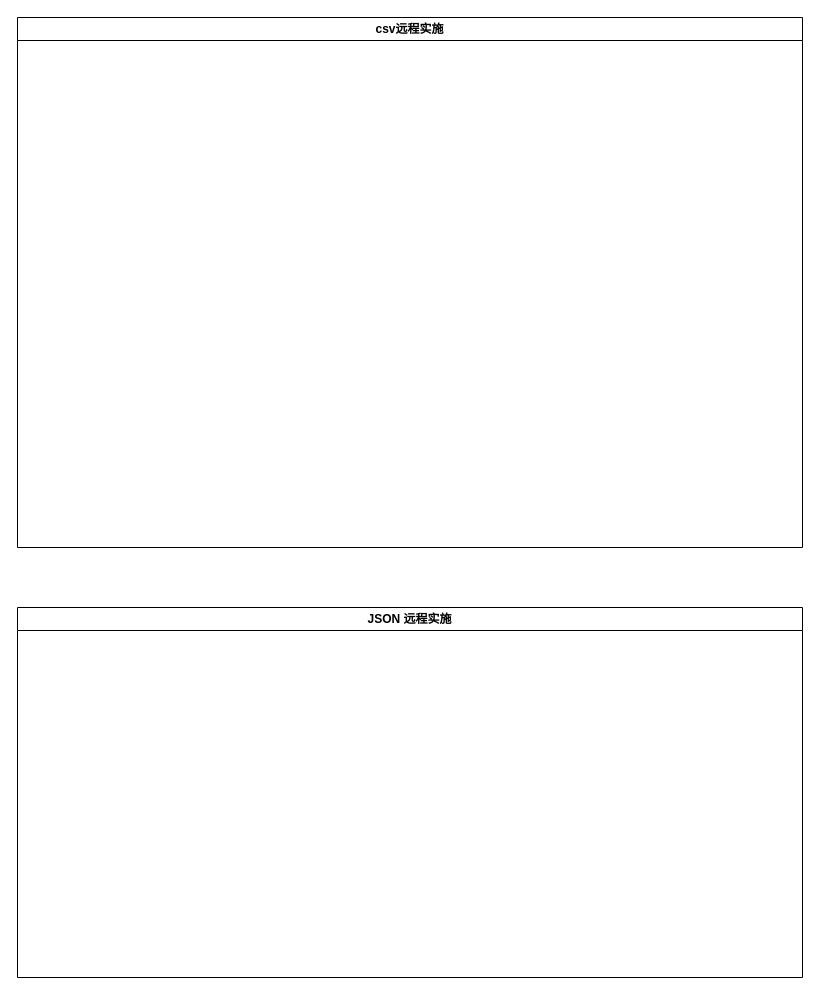
This is yzs/技管平台--远程实施.drawio from yanglei1992/documents, a draw.io file, before an edit. Source tidied: cells renumbered, new cells numbered last; positions are measured from the earlier drawing's top-left corner, leaving out a move shared by most shapes. Both pictures are drawn from the tidied source at 100%, with x=0, y=0 at pixel (17, 17).
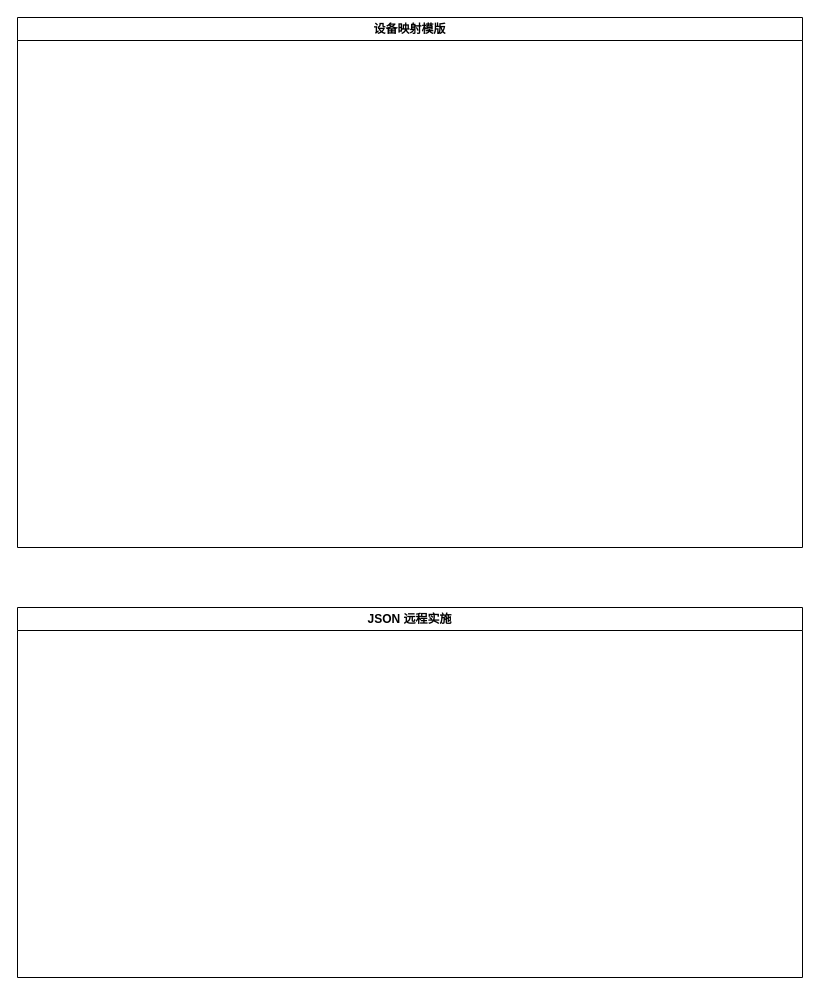
The same diagram, later.

Commit message (it also covers changes not shown here):
更新技管平台--远程实施.drawio

The edit, as a diff of the source:
```diff
@@
 <mxGraphModel>
   <root>
     <mxCell id="0" />
     <mxCell id="1" parent="0" />
-    <mxCell id="2" value="csv远程实施" style="swimlane;whiteSpace=wrap;html=1;" parent="1" vertex="1">
+    <mxCell id="2" value="设备映射模版" style="swimlane;whiteSpace=wrap;html=1;" parent="1" vertex="1">
       <mxGeometry width="785" height="530" as="geometry" />
     </mxCell>
     <mxCell id="3" value="JSON 远程实施" style="swimlane;whiteSpace=wrap;html=1;startSize=23;" parent="1" vertex="1">
       <mxGeometry y="590" width="785" height="370" as="geometry" />
     </mxCell>
   </root>
 </mxGraphModel>
```
